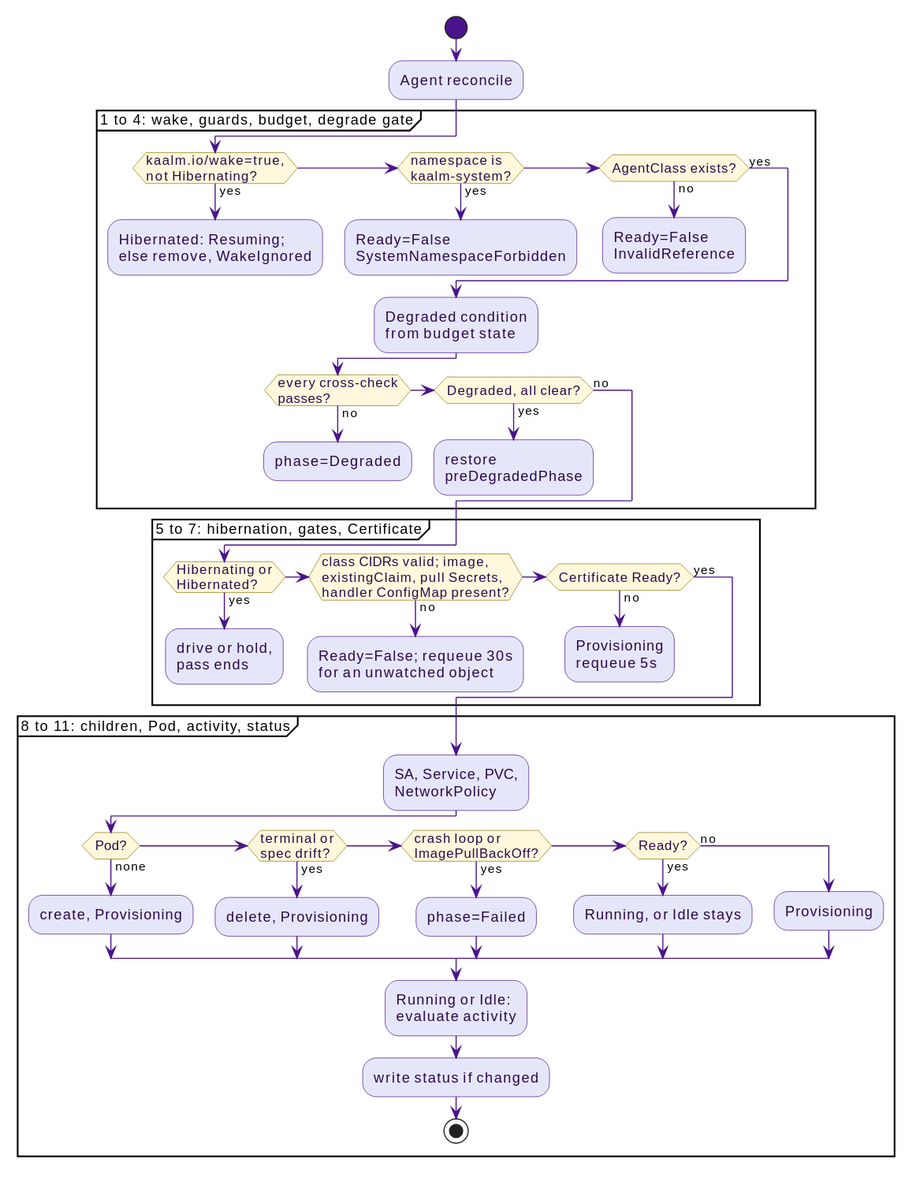
This is docs/src/diagrams/agent-reconcile-pass.svg from win07xp/kaalm, a PlantUML export, as it was before one commit.
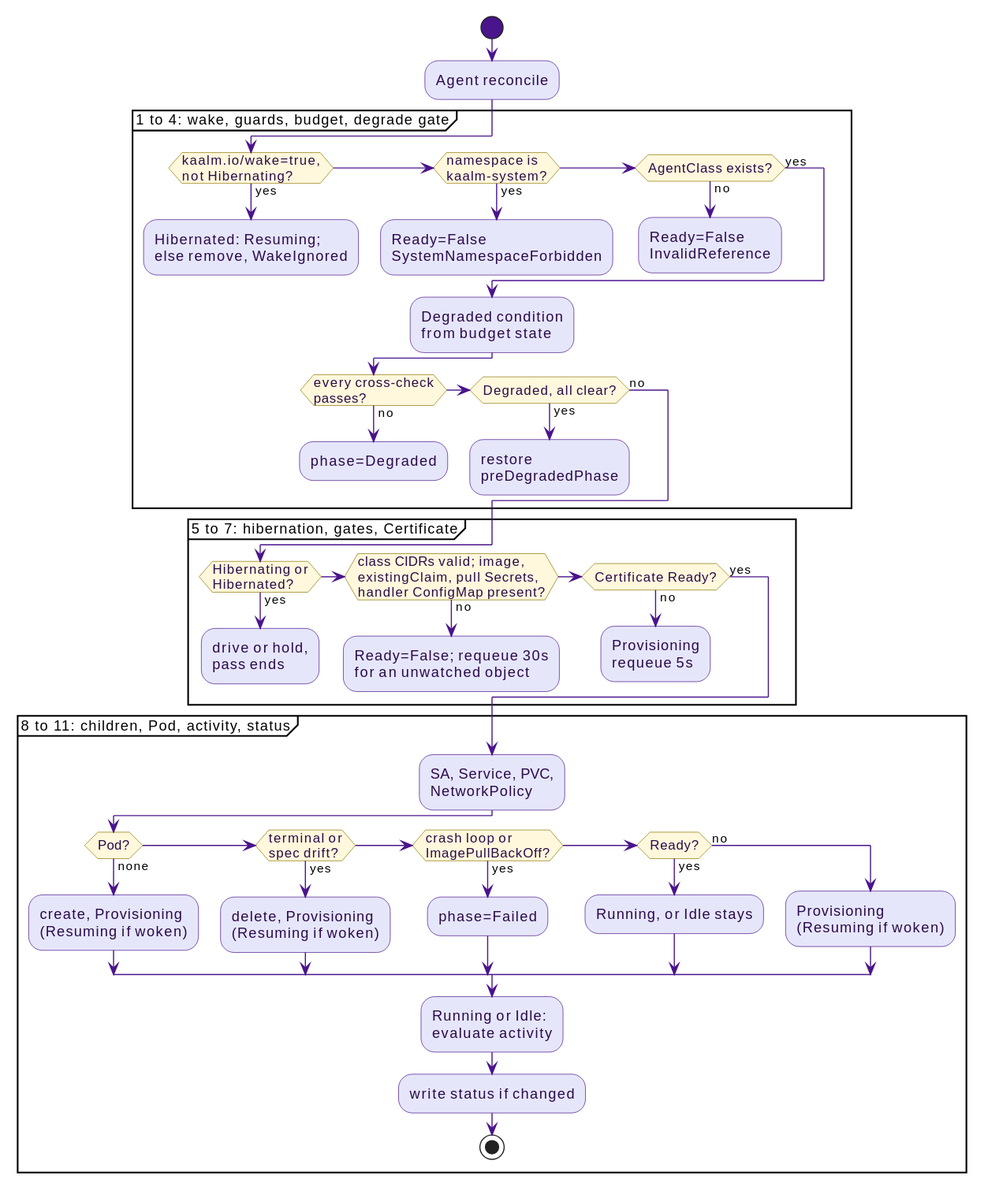
The same diagram one commit later.

Commit message:
fix(controller): hold Resuming until a woken Agent's Pod is Ready

Change to the diagram source:
```diff
@@ -44,15 +44,15 @@
 partition "8 to 11: children, Pod, activity, status" {
   :SA, Service, PVC,\nNetworkPolicy;
   if (Pod?) then (none)
-    :create, Provisioning;
+    :create, Provisioning\n(Resuming if woken);
   elseif (terminal or\nspec drift?) then (yes)
-    :delete, Provisioning;
+    :delete, Provisioning\n(Resuming if woken);
   elseif (crash loop or\nImagePullBackOff?) then (yes)
     :phase=Failed;
   elseif (Ready?) then (yes)
     :Running, or Idle stays;
   else (no)
-    :Provisioning;
+    :Provisioning\n(Resuming if woken);
   endif
   :Running or Idle:\nevaluate activity;
   :write status if changed;
```
